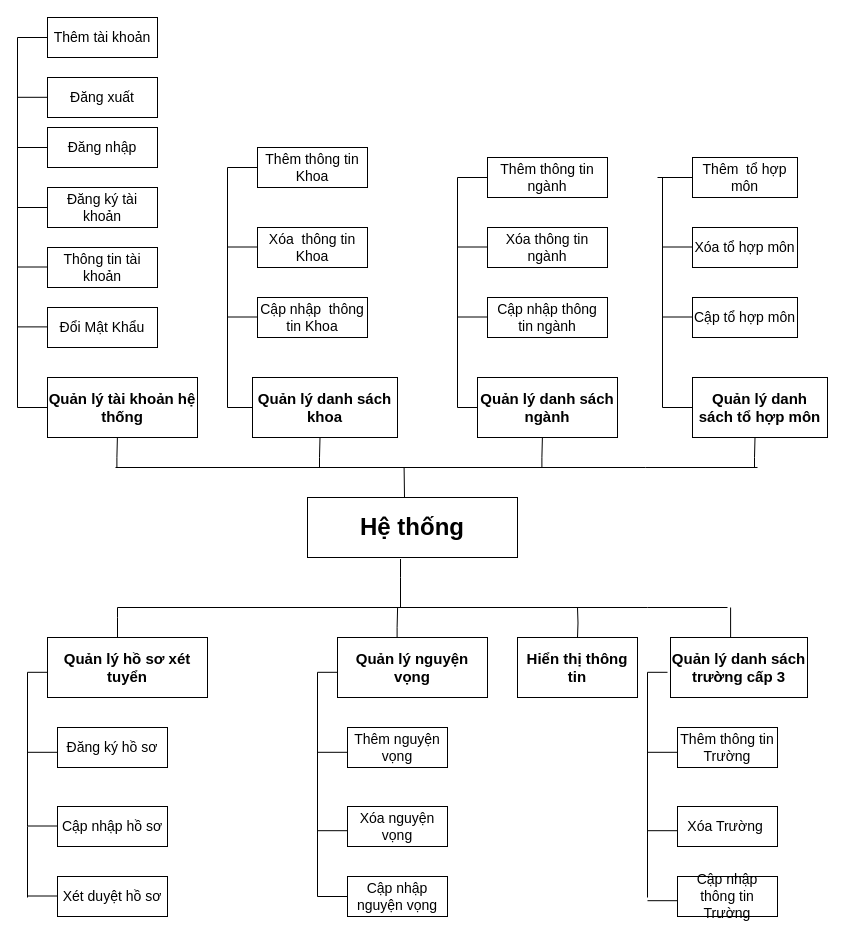
This is page "Biểu đồ phân cấp chức năng" (3 of 6) of 1. Bao Cao/DATN.drawio from truongquangkhai99/TrinhVanTu_DATN, a draw.io file, before an edit. Source tidied: cells renumbered, new cells numbered last; positions are measured from the earlier drawing's top-left corner, leaving out a move shared by most shapes. Both pictures are drawn from the tidied source at 100%, with x=0, y=0 at pixel (17, 17).
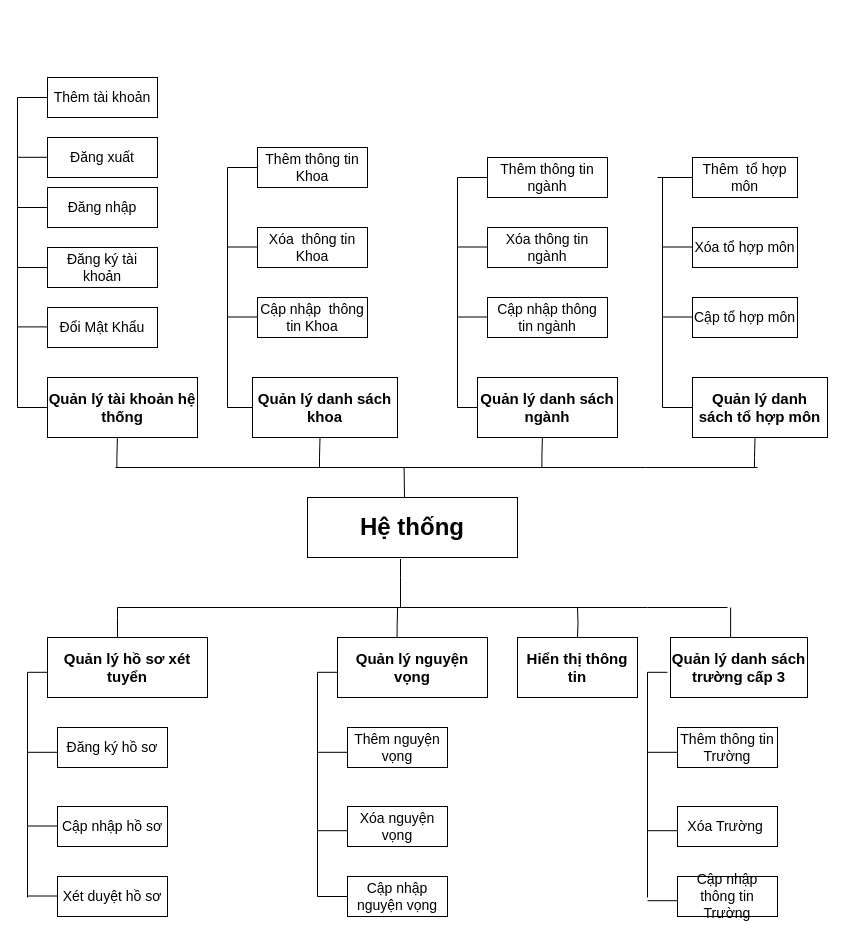
After the change.

Unchanged cells that the change refers to:
```xml
<mxCell id="3" value="Quản lý tài khoản hệ thống" style="rounded=0;whiteSpace=wrap;html=1;fontSize=15;align=center;fontStyle=1;verticalAlign=middle;strokeColor=default;strokeWidth=1;" parent="1" vertex="1">
  <mxGeometry x="30" y="360" width="150" height="60" as="geometry" />
</mxCell>
```

Diff of the diagram source:
```diff
@@
     <mxCell id="16" value="Đăng ký tài khoản" style="rounded=0;whiteSpace=wrap;html=1;fontSize=14;align=center;fontStyle=0;verticalAlign=middle;strokeColor=default;strokeWidth=1;" parent="1" vertex="1">
-      <mxGeometry x="30" y="170" width="110" height="40" as="geometry" />
+      <mxGeometry x="30" y="230" width="110" height="40" as="geometry" />
     </mxCell>
@@
-    <mxCell id="18" value="Thông tin tài khoản" style="rounded=0;whiteSpace=wrap;html=1;fontSize=14;align=center;fontStyle=0;verticalAlign=middle;strokeColor=default;strokeWidth=1;" parent="1" vertex="1">
-      <mxGeometry x="30" y="230" width="110" height="40" as="geometry" />
-    </mxCell>
@@
     <mxCell id="33" style="endArrow=none;html=1;rounded=0;edgeStyle=orthogonalEdgeStyle;entryX=0;entryY=0.5;entryDx=0;entryDy=0;fontSize=14;align=center;fontStyle=0;verticalAlign=middle;strokeColor=default;strokeWidth=1;exitX=0;exitY=0.5;exitDx=0;exitDy=0;" parent="1" edge="1" source="71" target="3">
       <mxGeometry relative="1" as="geometry">
         <Array as="points">
-          <mxPoint y="20" />
+          <mxPoint y="80" />
           <mxPoint y="390" />
         </Array>
       </mxGeometry>
     </mxCell>
     <mxCell id="34" style="endArrow=none;html=1;rounded=0;exitX=0;exitY=0.5;exitDx=0;exitDy=0;fontSize=14;align=center;fontStyle=0;verticalAlign=middle;strokeColor=default;strokeWidth=1;" parent="1" edge="1" source="16">
       <mxGeometry relative="1" as="geometry">
-        <mxPoint y="190" as="targetPoint" />
+        <mxPoint y="250" as="targetPoint" />
       </mxGeometry>
     </mxCell>
-    <mxCell id="35" style="endArrow=none;html=1;rounded=0;exitX=0;exitY=0.5;exitDx=0;exitDy=0;fontSize=14;align=center;fontStyle=0;verticalAlign=middle;strokeColor=default;strokeWidth=1;" parent="1" edge="1">
-      <mxGeometry relative="1" as="geometry">
-        <mxPoint x="30" y="249.5" as="sourcePoint" />
-        <mxPoint y="249.5" as="targetPoint" />
-      </mxGeometry>
-    </mxCell>
@@
     <mxCell id="66" value="Đăng nhập" style="rounded=0;whiteSpace=wrap;html=1;fontSize=14;align=center;fontStyle=0;verticalAlign=middle;strokeColor=default;strokeWidth=1;" parent="1" vertex="1">
-      <mxGeometry x="30" y="110" width="110" height="40" as="geometry" />
+      <mxGeometry x="30" y="170" width="110" height="40" as="geometry" />
     </mxCell>
     <mxCell id="67" value="Đăng xuất" style="rounded=0;whiteSpace=wrap;html=1;fontSize=14;align=center;fontStyle=0;verticalAlign=middle;strokeColor=default;strokeWidth=1;" parent="1" vertex="1">
-      <mxGeometry x="30" y="60" width="110" height="40" as="geometry" />
+      <mxGeometry x="30" y="120" width="110" height="40" as="geometry" />
     </mxCell>
@@
     <mxCell id="71" value="Thêm tài khoản" style="rounded=0;whiteSpace=wrap;html=1;fontSize=14;align=center;fontStyle=0;verticalAlign=middle;strokeColor=default;strokeWidth=1;" parent="1" vertex="1">
-      <mxGeometry x="30" width="110" height="40" as="geometry" />
+      <mxGeometry x="30" y="60" width="110" height="40" as="geometry" />
     </mxCell>
     <mxCell id="72" style="endArrow=none;html=1;rounded=0;exitX=0;exitY=0.5;exitDx=0;exitDy=0;fontSize=14;align=center;fontStyle=0;verticalAlign=middle;strokeColor=default;strokeWidth=1;" parent="1" edge="1">
       <mxGeometry relative="1" as="geometry">
-        <mxPoint x="30" y="130" as="sourcePoint" />
-        <mxPoint y="130" as="targetPoint" />
+        <mxPoint x="30" y="190" as="sourcePoint" />
+        <mxPoint y="190" as="targetPoint" />
       </mxGeometry>
     </mxCell>
     <mxCell id="73" style="endArrow=none;html=1;rounded=0;exitX=0;exitY=0.5;exitDx=0;exitDy=0;fontSize=14;align=center;fontStyle=0;verticalAlign=middle;strokeColor=default;strokeWidth=1;" parent="1" edge="1">
       <mxGeometry relative="1" as="geometry">
-        <mxPoint x="30" y="79.8" as="sourcePoint" />
-        <mxPoint y="79.8" as="targetPoint" />
+        <mxPoint x="30" y="139.8" as="sourcePoint" />
+        <mxPoint y="139.8" as="targetPoint" />
       </mxGeometry>
     </mxCell>
```
